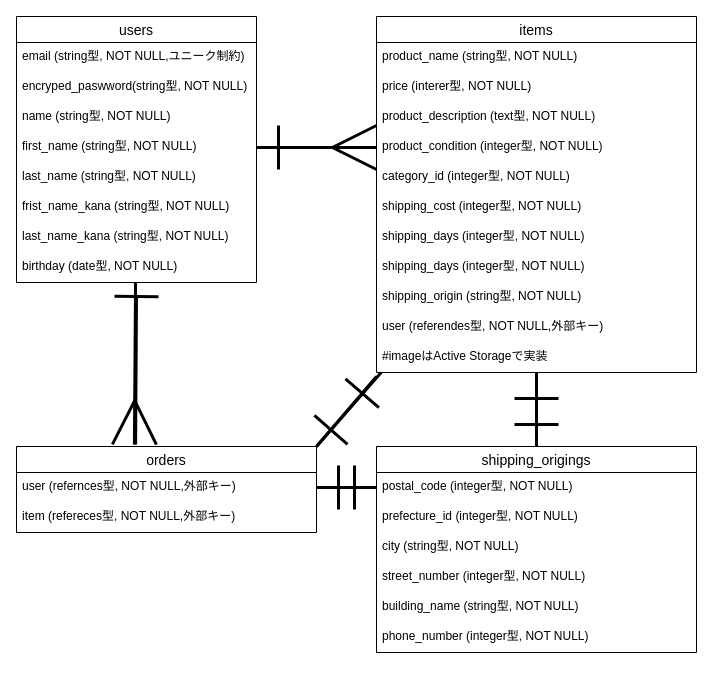
zyunki/furima-40374 keeps this draw.io diagram as furima.dio. Above is the earlier version. Source tidied: cells renumbered, new cells numbered last; positions are measured from the earlier drawing's top-left corner, leaving out a move shared by most shapes. Both pictures are drawn from the tidied source at 100%, with x=0, y=0 at pixel (16, 16).
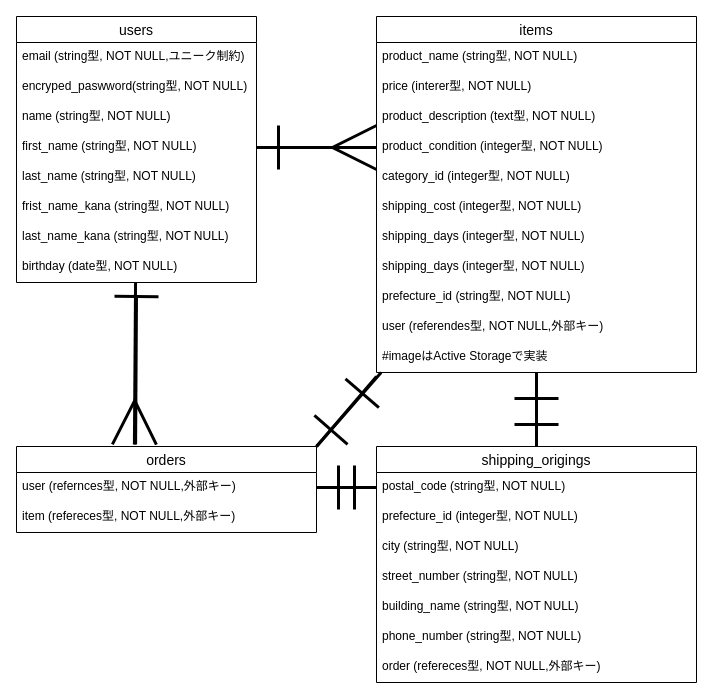
After the change.

Commit message (it also covers changes not shown here):
READMEに設計情報を記述（再）

Unchanged cells that the change refers to:
```xml
<mxCell id="13" value="items" style="swimlane;fontStyle=0;horizontal=1;startSize=26;align=center;fontSize=14;" parent="1" vertex="1">
  <mxGeometry x="360" width="320" height="356" as="geometry" />
</mxCell>
```

Change to the diagram source:
```diff
@@
-    <mxCell id="22" value="shipping_origin (string型, NOT NULL)　" style="text;strokeColor=none;fillColor=none;spacingLeft=4;spacingRight=4;overflow=hidden;fontSize=12;" parent="13" vertex="1">
+    <mxCell id="22" value="prefecture_id (string型, NOT NULL)　" style="text;strokeColor=none;fillColor=none;spacingLeft=4;spacingRight=4;overflow=hidden;fontSize=12;" parent="13" vertex="1">
       <mxGeometry y="266" width="320" height="30" as="geometry" />
     </mxCell>
@@
     <mxCell id="31" value="shipping_origings" style="swimlane;fontStyle=0;horizontal=1;startSize=26;align=center;fontSize=14;" parent="1" vertex="1">
-      <mxGeometry x="360" y="430" width="320" height="206" as="geometry" />
+      <mxGeometry x="360" y="430" width="320" height="236" as="geometry" />
     </mxCell>
-    <mxCell id="32" value=" postal_code (integer型, NOT NULL)" style="text;strokeColor=none;fillColor=none;spacingLeft=4;spacingRight=4;overflow=hidden;points=[[0,0.5],[1,0.5]];portConstraint=eastwest;fontSize=12;" parent="31" vertex="1">
+    <mxCell id="32" value=" postal_code (string型, NOT NULL)" style="text;strokeColor=none;fillColor=none;spacingLeft=4;spacingRight=4;overflow=hidden;points=[[0,0.5],[1,0.5]];portConstraint=eastwest;fontSize=12;" parent="31" vertex="1">
       <mxGeometry y="26" width="320" height="30" as="geometry" />
     </mxCell>
@@
-    <mxCell id="35" value="street_number (integer型, NOT NULL)" style="text;strokeColor=none;fillColor=none;spacingLeft=4;spacingRight=4;overflow=hidden;fontSize=12;" parent="31" vertex="1">
+    <mxCell id="35" value="street_number (string型, NOT NULL)" style="text;strokeColor=none;fillColor=none;spacingLeft=4;spacingRight=4;overflow=hidden;fontSize=12;" parent="31" vertex="1">
       <mxGeometry y="116" width="320" height="30" as="geometry" />
     </mxCell>
@@
-    <mxCell id="37" value="phone_number (integer型, NOT NULL)" style="text;strokeColor=none;fillColor=none;spacingLeft=4;spacingRight=4;overflow=hidden;fontSize=12;" parent="31" vertex="1">
+    <mxCell id="37" value="phone_number (string型, NOT NULL)" style="text;strokeColor=none;fillColor=none;spacingLeft=4;spacingRight=4;overflow=hidden;fontSize=12;" parent="31" vertex="1">
       <mxGeometry y="176" width="320" height="30" as="geometry" />
     </mxCell>
+    <mxCell id="43" value="order (refereces型, NOT NULL,外部キー)" style="text;strokeColor=none;fillColor=none;spacingLeft=4;spacingRight=4;overflow=hidden;fontSize=12;" parent="31" vertex="1">
+      <mxGeometry y="206" width="320" height="30" as="geometry" />
+    </mxCell>
```
